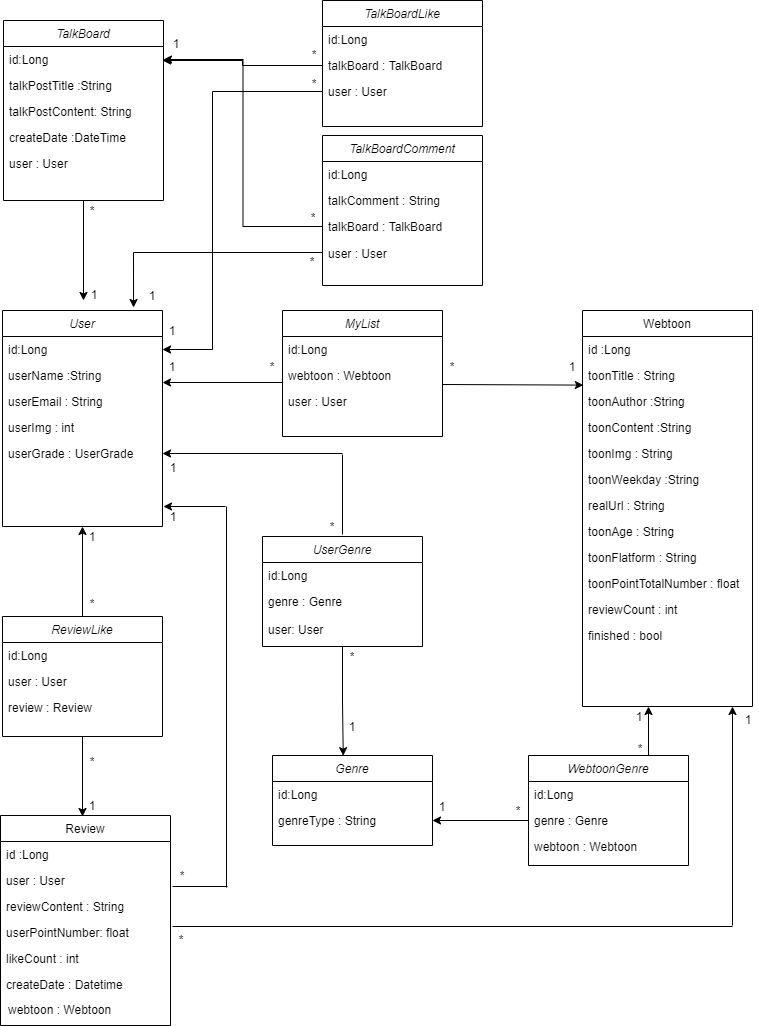
Above: webtooniverse Diagram.png in yeonnwoo/Webtooni_server (draw.io), before the change. Source tidied: cells renumbered, new cells last; positions are measured from the earlier drawing's top-left corner, leaving out a move shared by most shapes.
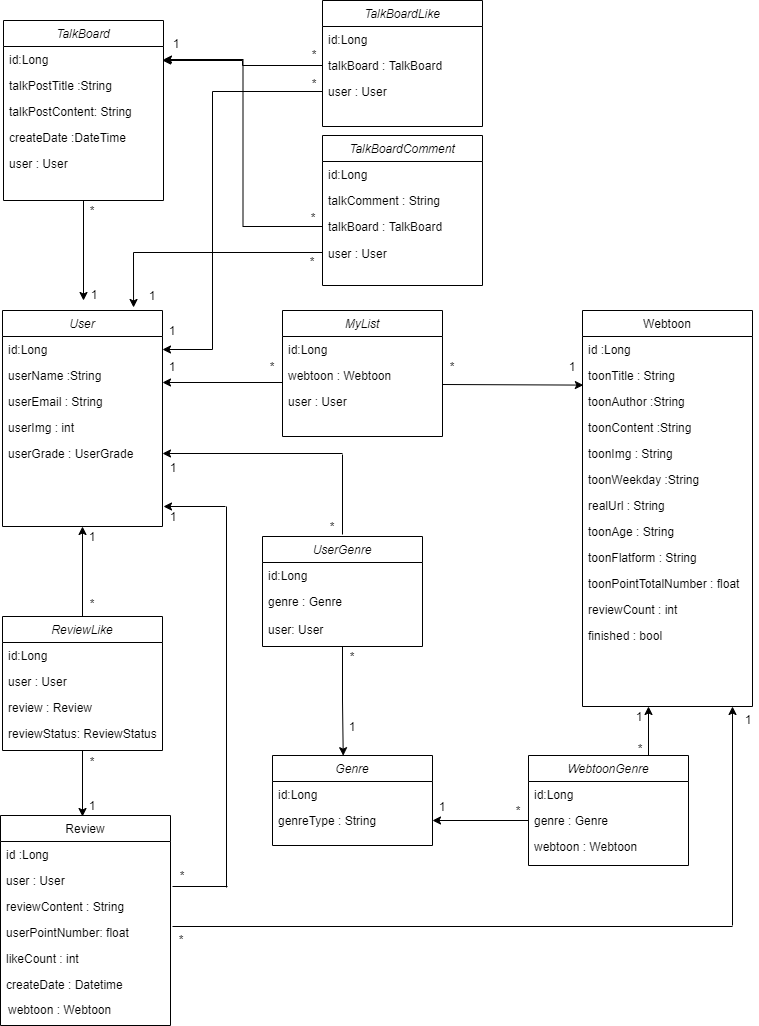
Later version of the same file.

Diff of the diagram source:
```diff
@@ -119,7 +119,7 @@
       </mxGeometry>
     </mxCell>
     <mxCell id="40" value="ReviewLike" style="swimlane;fontStyle=2;align=center;verticalAlign=top;horizontal=1;startSize=26;rounded=0;shadow=0;strokeWidth=1;" parent="1" vertex="1">
-      <mxGeometry x="2" y="616" width="160" height="120" as="geometry" />
+      <mxGeometry x="2" y="616" width="160" height="134" as="geometry" />
     </mxCell>
     <mxCell id="41" value="id:Long" style="text;align=left;verticalAlign=top;spacingLeft=4;spacingRight=4;overflow=hidden;" parent="40" vertex="1">
       <mxGeometry y="26" width="160" height="26" as="geometry" />
@@ -130,6 +130,9 @@
     <mxCell id="43" value="review : Review" style="text;align=left;verticalAlign=top;spacingLeft=4;spacingRight=4;overflow=hidden;rounded=0;shadow=0;html=0;" parent="40" vertex="1">
       <mxGeometry y="78" width="160" height="26" as="geometry" />
     </mxCell>
+    <mxCell id="111" value="reviewStatus: ReviewStatus" style="text;align=left;verticalAlign=top;spacingLeft=4;spacingRight=4;overflow=hidden;rounded=0;shadow=0;html=0;" parent="40" vertex="1">
+      <mxGeometry y="104" width="160" height="26" as="geometry" />
+    </mxCell>
     <mxCell id="44" value="*" style="text;html=1;strokeColor=none;fillColor=none;align=center;verticalAlign=middle;whiteSpace=wrap;rounded=0;" parent="1" vertex="1">
       <mxGeometry x="82" y="751" width="20" height="20" as="geometry" />
     </mxCell>
```
